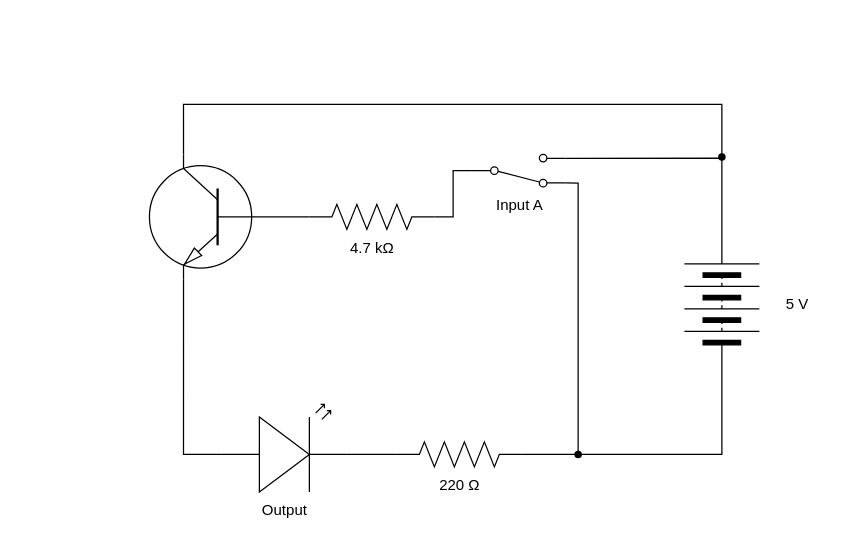
The draw.io diagram Unit-4-06.drawio in daki-atahwalp-antango-boad/TEJ3M-Unit-4, before the edit. Source tidied: cells renumbered, new cells numbered last; positions are measured from the earlier drawing's top-left corner, leaving out a move shared by most shapes. Both pictures are drawn from the tidied source at 125%, with x=0, y=0 at pixel (146, 104).
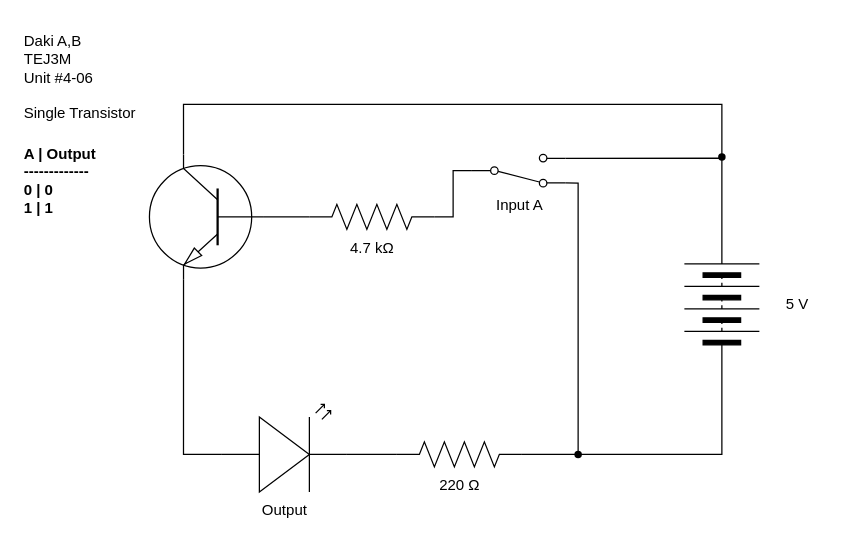
The same diagram, later.

The edit, as a diff of the source:
```diff
@@
+    <mxCell id="23" value="Daki A,B&lt;div&gt;TEJ3M&lt;/div&gt;&lt;div&gt;Unit #4-06&lt;/div&gt;" style="text;html=1;align=left;verticalAlign=middle;strokeColor=none;fillColor=none;" parent="1" vertex="1">
+      <mxGeometry x="-100" y="-66" width="80" height="60" as="geometry" />
+    </mxCell>
+    <mxCell id="24" value="Single Transistor" style="text;html=1;align=left;verticalAlign=middle;strokeColor=none;fillColor=none;" parent="1" vertex="1">
+      <mxGeometry x="-100" y="-8" width="110" height="30" as="geometry" />
+    </mxCell>
+    <mxCell id="25" value="&lt;b&gt;A | Output&lt;/b&gt;&lt;div&gt;&lt;b&gt;-------------&lt;/b&gt;&lt;/div&gt;&lt;div&gt;&lt;b&gt;0 | 0&lt;/b&gt;&lt;/div&gt;&lt;div&gt;&lt;b&gt;1 | 1&lt;/b&gt;&lt;/div&gt;" style="text;html=1;align=left;verticalAlign=middle;strokeColor=none;fillColor=none;" parent="1" vertex="1">
+      <mxGeometry x="-100" y="26" width="80" height="70" as="geometry" />
+    </mxCell>
```
